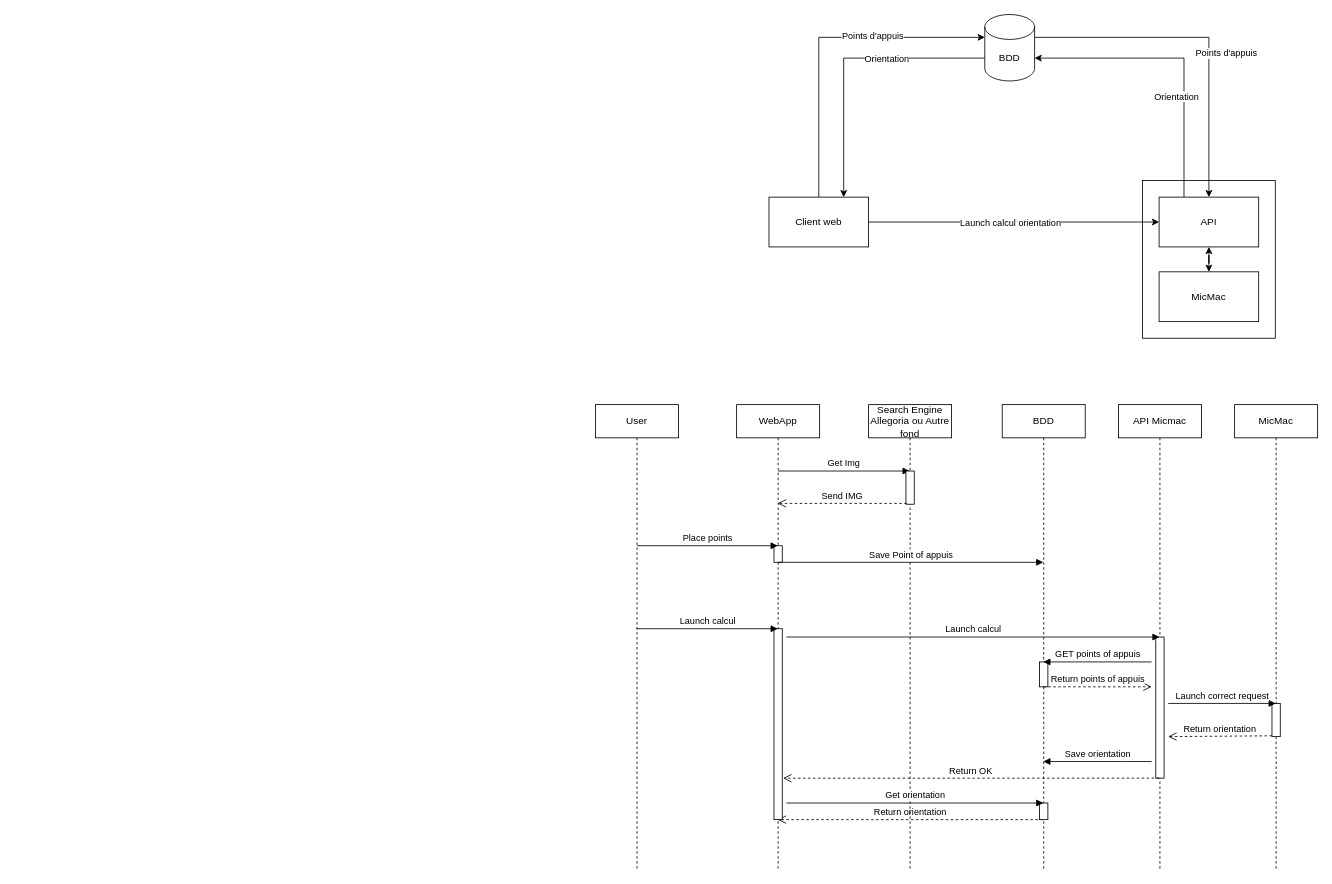
Earlier version of the draw.io diagram diagrams/architectures_webapp.drawio (ThomasDBM/AlegoriaDocker). Source tidied: cells renumbered, new cells numbered last; positions are measured from the earlier drawing's top-left corner, leaving out a move shared by most shapes. Both pictures are drawn from the tidied source at 83%, with x=0, y=0 at pixel (595, 14).
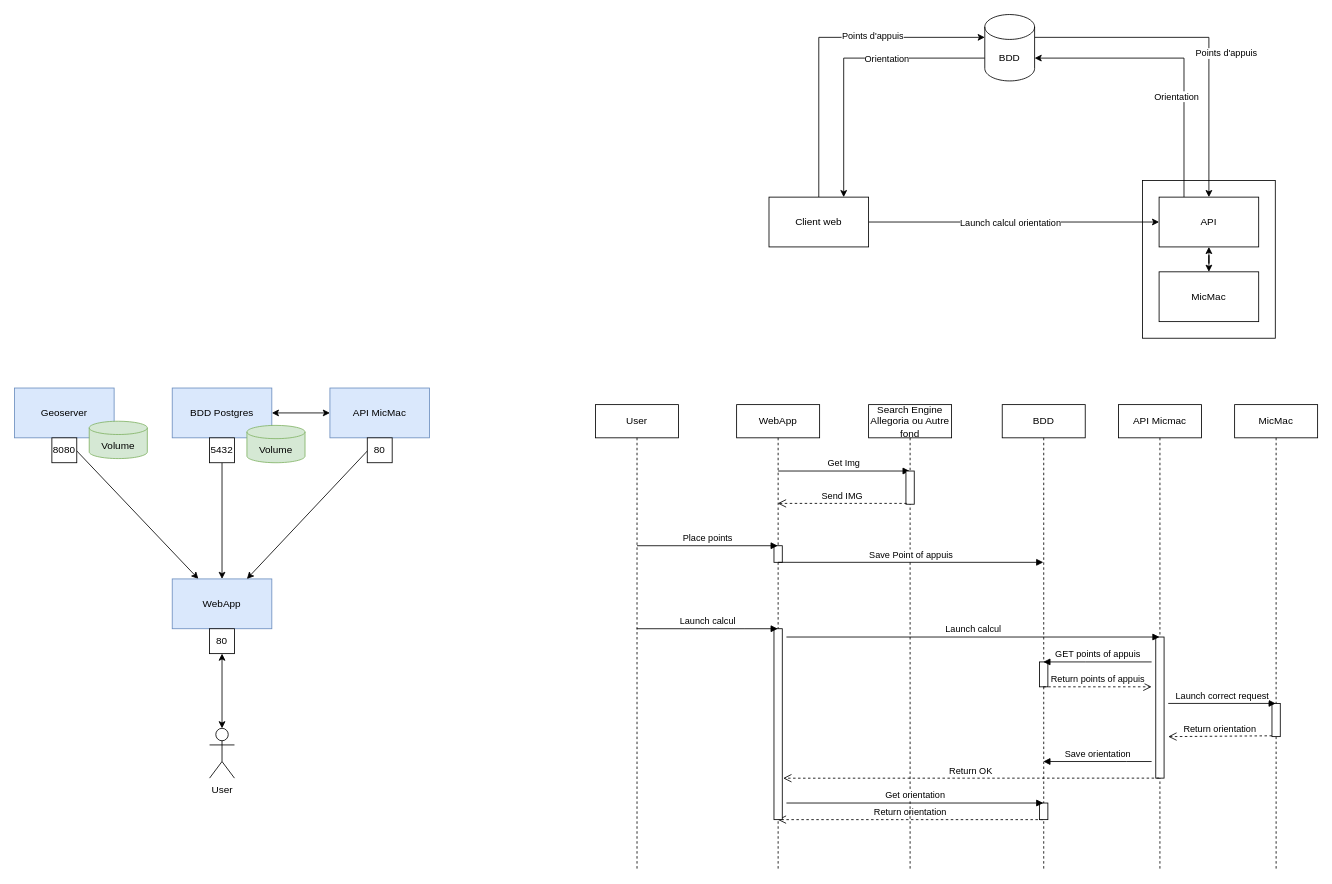
Above is the later version.

Commit message:
Update (diagram) : add diagram docker

What changed in the source:
```diff
@@
+    <mxCell id="45" style="edgeStyle=none;html=1;exitX=0.5;exitY=1;exitDx=0;exitDy=0;" parent="1" edge="1" source="46" target="50">
+      <mxGeometry relative="1" as="geometry" />
+    </mxCell>
+    <mxCell id="46" value="Geoserver" style="rounded=0;whiteSpace=wrap;html=1;fillColor=#dae8fc;strokeColor=#6c8ebf;" parent="1" vertex="1">
+      <mxGeometry x="-700" y="450" width="120" height="60" as="geometry" />
+    </mxCell>
+    <mxCell id="47" style="edgeStyle=none;html=1;exitX=0.5;exitY=1;exitDx=0;exitDy=0;startArrow=none;" parent="1" edge="1" source="58" target="50">
+      <mxGeometry relative="1" as="geometry" />
+    </mxCell>
+    <mxCell id="48" style="edgeStyle=none;html=1;exitX=1;exitY=0.5;exitDx=0;exitDy=0;startArrow=classic;startFill=1;" parent="1" edge="1" source="49" target="52">
+      <mxGeometry relative="1" as="geometry" />
+    </mxCell>
+    <mxCell id="49" value="BDD Postgres" style="rounded=0;whiteSpace=wrap;html=1;fillColor=#dae8fc;strokeColor=#6c8ebf;" parent="1" vertex="1">
+      <mxGeometry x="-510" y="450" width="120" height="60" as="geometry" />
+    </mxCell>
+    <mxCell id="50" value="WebApp" style="rounded=0;whiteSpace=wrap;html=1;fillColor=#dae8fc;strokeColor=#6c8ebf;" parent="1" vertex="1">
+      <mxGeometry x="-510" y="680" width="120" height="60" as="geometry" />
+    </mxCell>
+    <mxCell id="51" style="edgeStyle=none;html=1;exitX=0.5;exitY=1;exitDx=0;exitDy=0;entryX=0.75;entryY=0;entryDx=0;entryDy=0;" parent="1" edge="1" source="52" target="50">
+      <mxGeometry relative="1" as="geometry" />
+    </mxCell>
+    <mxCell id="52" value="API MicMac" style="rounded=0;whiteSpace=wrap;html=1;fillColor=#dae8fc;strokeColor=#6c8ebf;" parent="1" vertex="1">
+      <mxGeometry x="-320" y="450" width="120" height="60" as="geometry" />
+    </mxCell>
+    <mxCell id="53" value="Volume" style="shape=cylinder3;whiteSpace=wrap;html=1;boundedLbl=1;backgroundOutline=1;size=8;fillColor=#d5e8d4;strokeColor=#82b366;" parent="1" vertex="1">
+      <mxGeometry x="-420" y="495" width="70" height="45" as="geometry" />
+    </mxCell>
+    <mxCell id="54" style="edgeStyle=none;html=1;entryX=0.5;entryY=1;entryDx=0;entryDy=0;startArrow=classic;startFill=1;endArrow=classic;endFill=1;" parent="1" edge="1" source="55" target="56">
+      <mxGeometry relative="1" as="geometry" />
+    </mxCell>
+    <mxCell id="55" value="User" style="shape=umlActor;verticalLabelPosition=bottom;verticalAlign=top;html=1;outlineConnect=0;" parent="1" vertex="1">
+      <mxGeometry x="-465" y="860" width="30" height="60" as="geometry" />
+    </mxCell>
+    <mxCell id="56" value="80" style="rounded=0;whiteSpace=wrap;html=1;" parent="1" vertex="1">
+      <mxGeometry x="-465" y="740" width="30" height="30" as="geometry" />
+    </mxCell>
+    <mxCell id="57" value="80" style="rounded=0;whiteSpace=wrap;html=1;" parent="1" vertex="1">
+      <mxGeometry x="-275" y="510" width="30" height="30" as="geometry" />
+    </mxCell>
+    <mxCell id="58" value="5432" style="rounded=0;whiteSpace=wrap;html=1;" parent="1" vertex="1">
+      <mxGeometry x="-465" y="510" width="30" height="30" as="geometry" />
+    </mxCell>
+    <mxCell id="59" style="edgeStyle=none;html=1;exitX=0.5;exitY=1;exitDx=0;exitDy=0;endArrow=none;" parent="1" edge="1" source="49" target="58">
+      <mxGeometry relative="1" as="geometry" />
+    </mxCell>
+    <mxCell id="60" value="Volume" style="shape=cylinder3;whiteSpace=wrap;html=1;boundedLbl=1;backgroundOutline=1;size=8;fillColor=#d5e8d4;strokeColor=#82b366;" parent="1" vertex="1">
+      <mxGeometry x="-610" y="490" width="70" height="45" as="geometry" />
+    </mxCell>
+    <mxCell id="61" value="8080" style="rounded=0;whiteSpace=wrap;html=1;" parent="1" vertex="1">
+      <mxGeometry x="-655" y="510" width="30" height="30" as="geometry" />
+    </mxCell>
```
